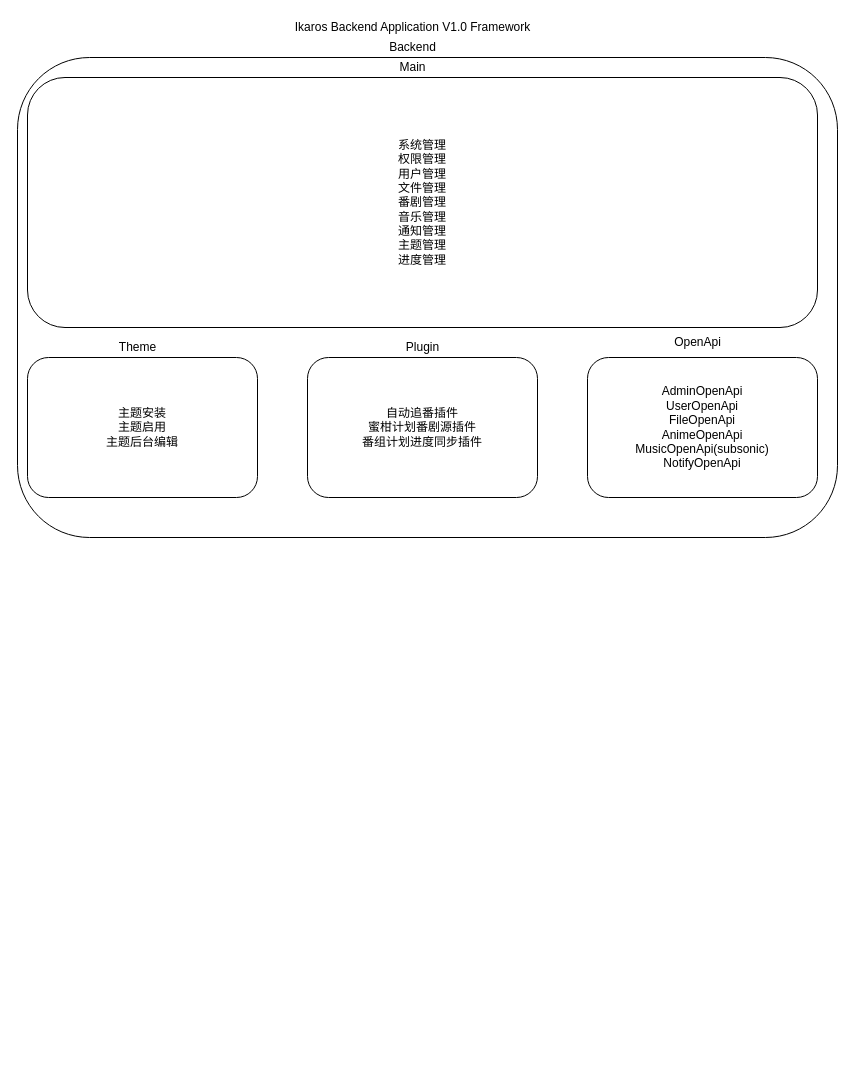
ikaros-dev/ikaros keeps this draw.io diagram as docs/design/v1.0/framework.drawio. Above is the earlier version. Source tidied: cells renumbered, new cells numbered last; positions are measured from the earlier drawing's top-left corner, leaving out a move shared by most shapes. Both pictures are drawn from the tidied source at 100%, with x=0, y=0 at pixel (17, 17).
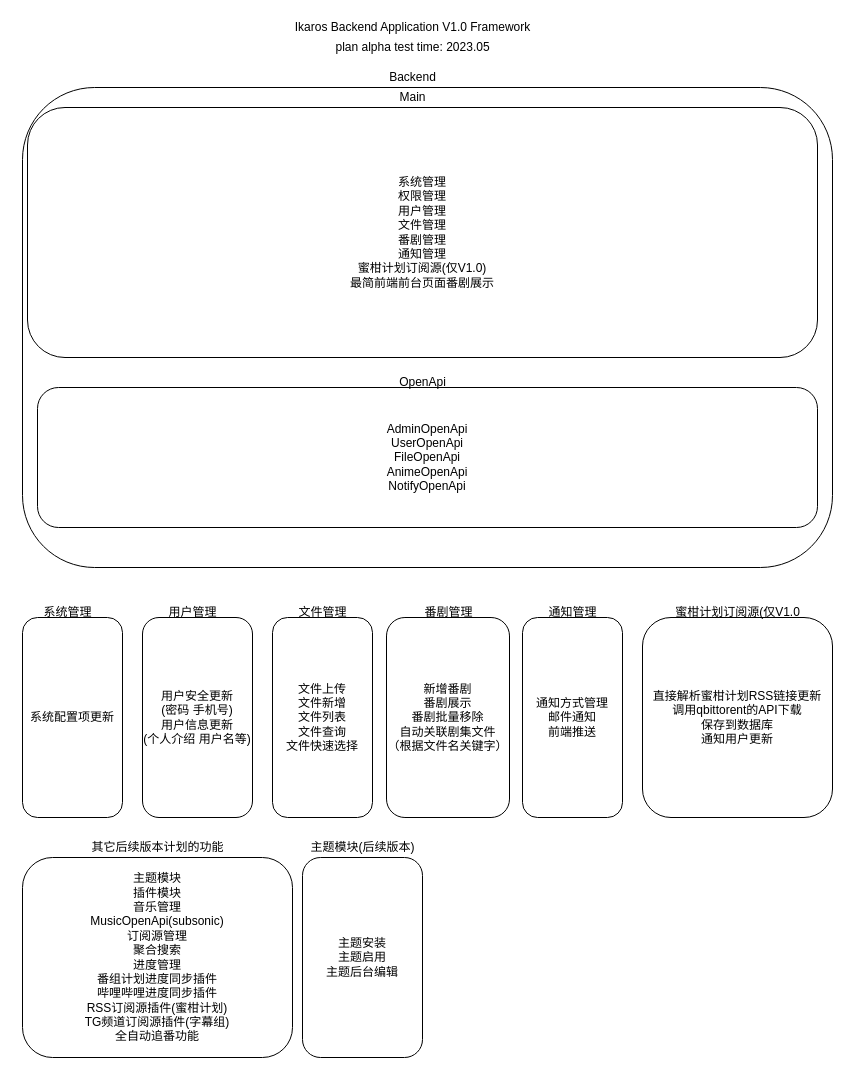
After the change.

The edit, as a diff of the source:
```diff
@@
     <mxCell id="2" style="rounded=1;whiteSpace=wrap;html=1;" parent="1" vertex="1">
-      <mxGeometry y="40" width="820" height="480" as="geometry" />
+      <mxGeometry x="5" y="70" width="810" height="480" as="geometry" />
     </mxCell>
-    <mxCell id="3" value="系统管理&lt;br&gt;权限管理&lt;br&gt;用户管理&lt;br&gt;文件管理&lt;br&gt;番剧管理&lt;br&gt;音乐管理&lt;br&gt;通知管理&lt;br&gt;主题管理&lt;br&gt;进度管理" style="rounded=1;whiteSpace=wrap;html=1;" parent="1" vertex="1">
-      <mxGeometry x="10" y="60" width="790" height="250" as="geometry" />
+    <mxCell id="3" value="系统管理&lt;br&gt;权限管理&lt;br&gt;用户管理&lt;br&gt;文件管理&lt;br&gt;番剧管理&lt;br&gt;通知管理&lt;br&gt;蜜柑计划订阅源(仅V1.0)&lt;br&gt;最简前端前台页面番剧展示" style="rounded=1;whiteSpace=wrap;html=1;" parent="1" vertex="1">
+      <mxGeometry x="10" y="90" width="790" height="250" as="geometry" />
     </mxCell>
-    <mxCell id="4" value="Ikaros Backend Application V1.0 Framework" style="text;html=1;align=center;verticalAlign=middle;strokeColor=none;fillColor=none;" parent="1" vertex="1">
+    <mxCell id="4" value="Ikaros Backend Application V1.0 Framework&lt;br&gt;" style="text;html=1;align=center;verticalAlign=middle;strokeColor=none;fillColor=none;" parent="1" vertex="1">
       <mxGeometry x="270" width="250" height="20" as="geometry" />
     </mxCell>
     <mxCell id="5" value="主题安装&lt;br&gt;主题启用&lt;br&gt;主题后台编辑" style="rounded=1;whiteSpace=wrap;html=1;align=center;" parent="1" vertex="1">
-      <mxGeometry x="10" y="340" width="230" height="140" as="geometry" />
+      <mxGeometry x="285" y="840" width="120" height="200" as="geometry" />
     </mxCell>
-    <mxCell id="6" value="自动追番插件&lt;br&gt;蜜柑计划番剧源插件&lt;br&gt;番组计划进度同步插件" style="rounded=1;whiteSpace=wrap;html=1;" parent="1" vertex="1">
-      <mxGeometry x="290" y="340" width="230" height="140" as="geometry" />
-    </mxCell>
-    <mxCell id="7" value="AdminOpenApi&lt;br&gt;UserOpenApi&lt;br&gt;FileOpenApi&lt;br&gt;AnimeOpenApi&lt;br&gt;MusicOpenApi(subsonic)&lt;br&gt;NotifyOpenApi" style="rounded=1;whiteSpace=wrap;html=1;" parent="1" vertex="1">
-      <mxGeometry x="570" y="340" width="230" height="140" as="geometry" />
+    <mxCell id="7" value="AdminOpenApi&lt;br&gt;UserOpenApi&lt;br&gt;FileOpenApi&lt;br&gt;AnimeOpenApi&lt;br&gt;NotifyOpenApi" style="rounded=1;whiteSpace=wrap;html=1;" parent="1" vertex="1">
+      <mxGeometry x="20" y="370" width="780" height="140" as="geometry" />
     </mxCell>
-    <mxCell id="8" value="Theme" style="text;html=1;align=center;verticalAlign=middle;strokeColor=none;fillColor=none;" parent="1" vertex="1">
-      <mxGeometry x="90" y="315" width="60" height="30" as="geometry" />
-    </mxCell>
-    <mxCell id="9" value="Plugin" style="text;html=1;align=center;verticalAlign=middle;strokeColor=none;fillColor=none;" parent="1" vertex="1">
-      <mxGeometry x="375" y="315" width="60" height="30" as="geometry" />
-    </mxCell>
     <mxCell id="10" value="OpenApi" style="text;html=1;align=center;verticalAlign=middle;strokeColor=none;fillColor=none;" parent="1" vertex="1">
-      <mxGeometry x="645" y="310" width="70" height="30" as="geometry" />
+      <mxGeometry x="370" y="350" width="70" height="30" as="geometry" />
     </mxCell>
     <mxCell id="11" value="Backend" style="text;html=1;align=center;verticalAlign=middle;strokeColor=none;fillColor=none;" parent="1" vertex="1">
-      <mxGeometry x="365" y="20" width="60" height="20" as="geometry" />
+      <mxGeometry x="365" y="50" width="60" height="20" as="geometry" />
     </mxCell>
     <mxCell id="12" value="Main" style="text;html=1;align=center;verticalAlign=middle;strokeColor=none;fillColor=none;" parent="1" vertex="1">
-      <mxGeometry x="375" y="40" width="40" height="20" as="geometry" />
+      <mxGeometry x="375" y="70" width="40" height="20" as="geometry" />
     </mxCell>
+    <mxCell id="13" value="文件上传&lt;br&gt;文件新增&lt;br&gt;文件列表&lt;br&gt;文件查询&lt;br&gt;文件快速选择" style="rounded=1;whiteSpace=wrap;html=1;" parent="1" vertex="1">
+      <mxGeometry x="255" y="600" width="100" height="200" as="geometry" />
+    </mxCell>
+    <mxCell id="14" value="文件管理" style="text;html=1;align=center;verticalAlign=middle;strokeColor=none;fillColor=none;" parent="1" vertex="1">
+      <mxGeometry x="275" y="585" width="60" height="20" as="geometry" />
+    </mxCell>
+    <mxCell id="15" value="其它后续版本计划的功能" style="text;html=1;align=center;verticalAlign=middle;strokeColor=none;fillColor=none;" parent="1" vertex="1">
+      <mxGeometry x="65" y="820" width="150" height="20" as="geometry" />
+    </mxCell>
+    <mxCell id="16" value="主题模块&lt;br&gt;插件模块&lt;br&gt;音乐管理&lt;br&gt;MusicOpenApi(subsonic)&lt;br&gt;订阅源管理&lt;br&gt;聚合搜索&lt;br&gt;进度管理&lt;br&gt;番组计划进度同步插件&lt;br&gt;哔哩哔哩进度同步插件&lt;br&gt;RSS订阅源插件(蜜柑计划)&lt;br&gt;TG频道订阅源插件(字幕组)&lt;br&gt;全自动追番功能" style="rounded=1;whiteSpace=wrap;html=1;" parent="1" vertex="1">
+      <mxGeometry x="5" y="840" width="270" height="200" as="geometry" />
+    </mxCell>
+    <mxCell id="17" value="plan alpha test time: 2023.05" style="text;html=1;align=center;verticalAlign=middle;strokeColor=none;fillColor=none;" parent="1" vertex="1">
+      <mxGeometry x="310" y="20" width="170" height="20" as="geometry" />
+    </mxCell>
+    <mxCell id="18" value="系统配置项更新" style="rounded=1;whiteSpace=wrap;html=1;" parent="1" vertex="1">
+      <mxGeometry x="5" y="600" width="100" height="200" as="geometry" />
+    </mxCell>
+    <mxCell id="19" value="系统管理" style="text;html=1;align=center;verticalAlign=middle;strokeColor=none;fillColor=none;" parent="1" vertex="1">
+      <mxGeometry x="20" y="585" width="60" height="20" as="geometry" />
+    </mxCell>
+    <mxCell id="20" value="新增番剧&lt;br&gt;番剧展示&lt;br&gt;番剧批量移除&lt;br&gt;自动关联剧集文件&lt;br&gt;（根据文件名关键字）" style="rounded=1;whiteSpace=wrap;html=1;" parent="1" vertex="1">
+      <mxGeometry x="369" y="600" width="123" height="200" as="geometry" />
+    </mxCell>
+    <mxCell id="21" value="番剧管理" style="text;html=1;align=center;verticalAlign=middle;strokeColor=none;fillColor=none;" parent="1" vertex="1">
+      <mxGeometry x="400.5" y="585" width="60" height="20" as="geometry" />
+    </mxCell>
+    <mxCell id="22" value="主题模块(后续版本)" style="text;html=1;align=center;verticalAlign=middle;strokeColor=none;fillColor=none;" parent="1" vertex="1">
+      <mxGeometry x="285" y="820" width="120" height="20" as="geometry" />
+    </mxCell>
+    <mxCell id="23" value="用户安全更新&lt;br&gt;(密码 手机号)&lt;br&gt;用户信息更新&lt;br&gt;(个人介绍 用户名等)" style="rounded=1;whiteSpace=wrap;html=1;" parent="1" vertex="1">
+      <mxGeometry x="125" y="600" width="110" height="200" as="geometry" />
+    </mxCell>
+    <mxCell id="24" value="用户管理" style="text;html=1;align=center;verticalAlign=middle;strokeColor=none;fillColor=none;" parent="1" vertex="1">
+      <mxGeometry x="145" y="585" width="60" height="20" as="geometry" />
+    </mxCell>
+    <mxCell id="25" value="通知方式管理&lt;br&gt;邮件通知&lt;br&gt;前端推送" style="rounded=1;whiteSpace=wrap;html=1;" parent="1" vertex="1">
+      <mxGeometry x="505" y="600" width="100" height="200" as="geometry" />
+    </mxCell>
+    <mxCell id="26" value="通知管理" style="text;html=1;align=center;verticalAlign=middle;strokeColor=none;fillColor=none;" parent="1" vertex="1">
+      <mxGeometry x="525" y="585" width="60" height="20" as="geometry" />
+    </mxCell>
+    <mxCell id="27" value="直接解析蜜柑计划RSS链接更新&lt;br&gt;调用qbittorent的API下载&lt;br&gt;保存到数据库&lt;br&gt;通知用户更新" style="rounded=1;whiteSpace=wrap;html=1;" parent="1" vertex="1">
+      <mxGeometry x="625" y="600" width="190" height="200" as="geometry" />
+    </mxCell>
+    <mxCell id="28" value="&lt;span style=&quot;&quot;&gt;蜜柑计划订阅源(仅V1.0&lt;/span&gt;" style="text;html=1;align=center;verticalAlign=middle;strokeColor=none;fillColor=none;" parent="1" vertex="1">
+      <mxGeometry x="650" y="585" width="140" height="20" as="geometry" />
+    </mxCell>
```
